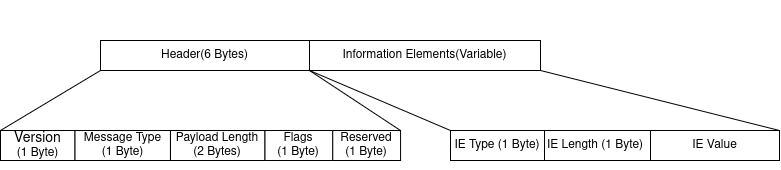
The draw.io diagram docs/images/ysmp_str.png in chandharlabs/yesdr-standard, before a commit. Source tidied: cells renumbered, new cells last; positions are measured from the earlier drawing's top-left corner, leaving out a move shared by most shapes.
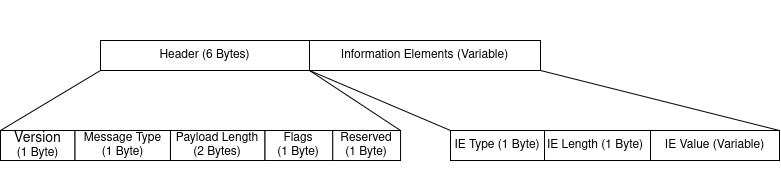
The same file after the commit.

Change to the diagram source:
```diff
@@ -5,10 +5,10 @@
     <mxCell id="2" style="group;" parent="1" vertex="1">
       <mxGeometry width="779" height="170" as="geometry" />
     </mxCell>
-    <mxCell id="3" value="Header(6 Bytes)" style="rounded=0;whiteSpace=wrap;html=1;strokeColor=default;" parent="2" vertex="1">
+    <mxCell id="3" value="Header (6 Bytes)" style="rounded=0;whiteSpace=wrap;html=1;strokeColor=default;" parent="2" vertex="1">
       <mxGeometry x="100" y="40" width="209" height="30" as="geometry" />
     </mxCell>
-    <mxCell id="4" value="Information Elements(Variable)" style="rounded=0;whiteSpace=wrap;html=1;strokeColor=default;" parent="2" vertex="1">
+    <mxCell id="4" value="Information Elements (Variable)" style="rounded=0;whiteSpace=wrap;html=1;strokeColor=default;" parent="2" vertex="1">
       <mxGeometry x="309" y="40" width="231" height="30" as="geometry" />
     </mxCell>
     <mxCell id="5" style="endArrow=none;html=1;rounded=0;exitX=0;exitY=0;exitDx=0;exitDy=0;" parent="2" edge="1" source="10">
@@ -52,7 +52,7 @@
     <mxCell id="17" value="IE Type (1 Byte)" style="rounded=0;whiteSpace=wrap;html=1;" parent="15" vertex="1">
       <mxGeometry x="10" width="94" height="30" as="geometry" />
     </mxCell>
-    <mxCell id="18" value="IE Value" style="rounded=0;whiteSpace=wrap;html=1;" parent="15" vertex="1">
+    <mxCell id="18" value="IE Value&amp;nbsp;(Variable)" style="rounded=0;whiteSpace=wrap;html=1;" parent="15" vertex="1">
       <mxGeometry x="210" width="129" height="30" as="geometry" />
     </mxCell>
   </root>
```
